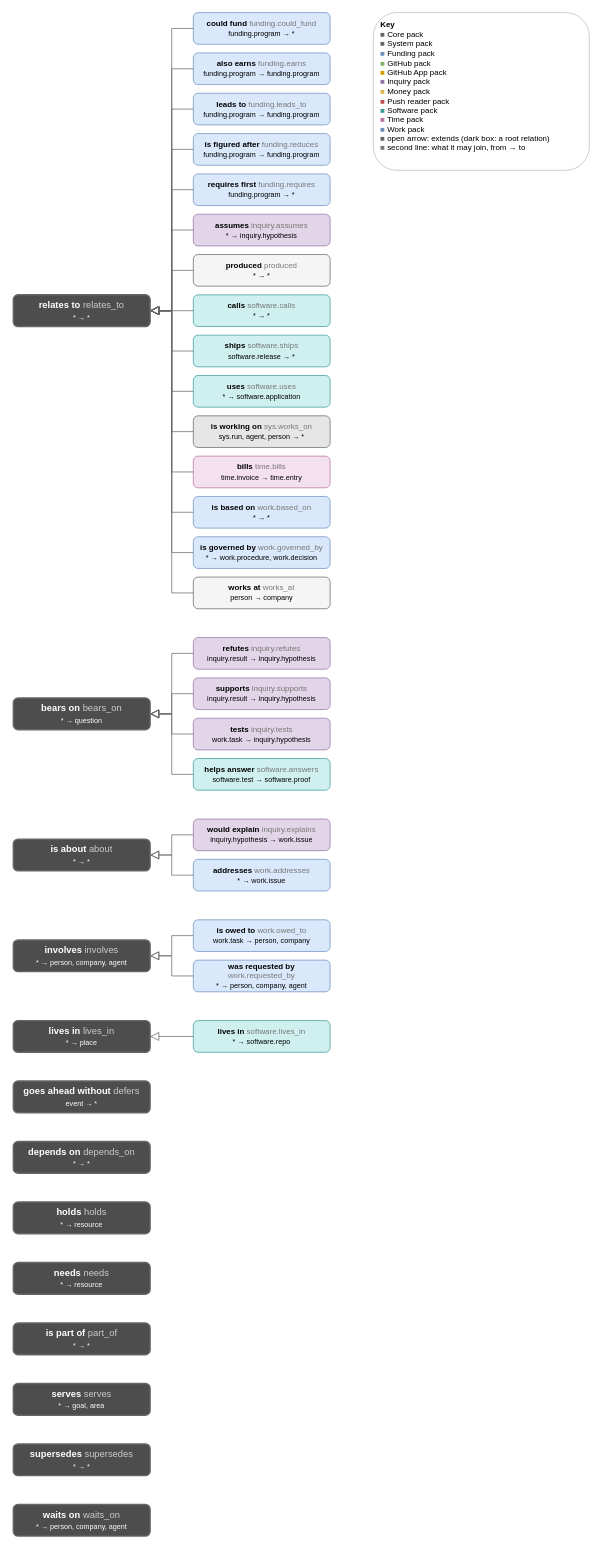
The draw.io diagram page "Types: relations" (2 of 3) of docs/diagrams/types.drawio in AlexReiner98/archipelago, before the edit. Source tidied: cells renumbered, new cells numbered last; positions are measured from the earlier drawing's top-left corner, leaving out a move shared by most shapes. Both pictures are drawn from the tidied source at 72%, with x=0, y=0 at pixel (13, 12).
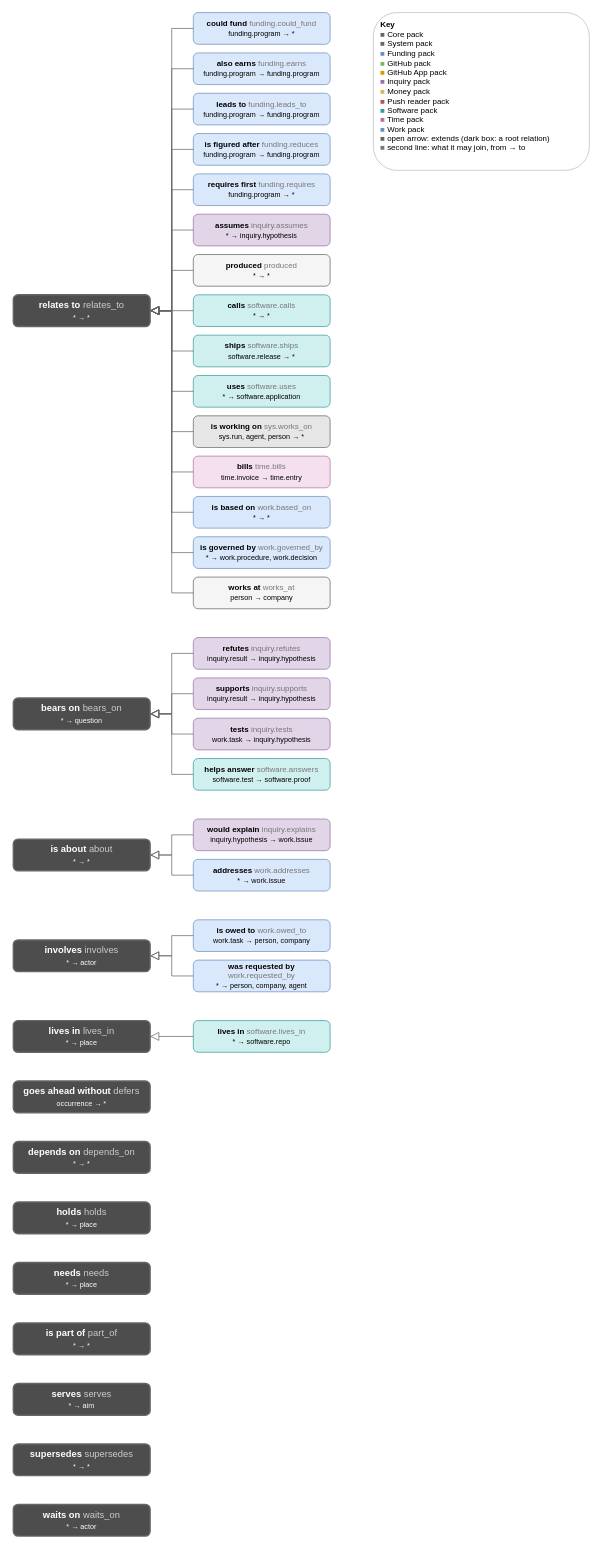
The same page after the edit.

Change to the diagram source:
```diff
@@
-    <mxCell id="28" value="&lt;b&gt;involves&lt;/b&gt; &lt;font color=&quot;#cccccc&quot;&gt;involves&lt;/font&gt;&lt;br&gt;&lt;font style=&quot;font-size:10px&quot;&gt;* → person, company, agent&lt;/font&gt;" style="rounded=1;html=1;whiteSpace=wrap;fontSize=13;fillColor=#4d4d4d;fontColor=#ffffff;strokeColor=#666666;strokeWidth=2;" parent="1" vertex="1">
+    <mxCell id="28" value="&lt;b&gt;involves&lt;/b&gt; &lt;font color=&quot;#cccccc&quot;&gt;involves&lt;/font&gt;&lt;br&gt;&lt;font style=&quot;font-size:10px&quot;&gt;* → actor&lt;/font&gt;" style="rounded=1;html=1;whiteSpace=wrap;fontSize=13;fillColor=#4d4d4d;fontColor=#ffffff;strokeColor=#666666;strokeWidth=2;" parent="1" vertex="1">
       <mxGeometry y="1288" width="190" height="44" as="geometry" />
     </mxCell>
@@
-    <mxCell id="31" value="&lt;b&gt;goes ahead without&lt;/b&gt; &lt;font color=&quot;#cccccc&quot;&gt;defers&lt;/font&gt;&lt;br&gt;&lt;font style=&quot;font-size:10px&quot;&gt;event → *&lt;/font&gt;" style="rounded=1;html=1;whiteSpace=wrap;fontSize=13;fillColor=#4d4d4d;fontColor=#ffffff;strokeColor=#666666;strokeWidth=2;" parent="1" vertex="1">
+    <mxCell id="31" value="&lt;b&gt;goes ahead without&lt;/b&gt; &lt;font color=&quot;#cccccc&quot;&gt;defers&lt;/font&gt;&lt;br&gt;&lt;font style=&quot;font-size:10px&quot;&gt;occurrence → *&lt;/font&gt;" style="rounded=1;html=1;whiteSpace=wrap;fontSize=13;fillColor=#4d4d4d;fontColor=#ffffff;strokeColor=#666666;strokeWidth=2;" parent="1" vertex="1">
       <mxGeometry y="1484" width="190" height="44" as="geometry" />
     </mxCell>
@@
-    <mxCell id="33" value="&lt;b&gt;holds&lt;/b&gt; &lt;font color=&quot;#cccccc&quot;&gt;holds&lt;/font&gt;&lt;br&gt;&lt;font style=&quot;font-size:10px&quot;&gt;* → resource&lt;/font&gt;" style="rounded=1;html=1;whiteSpace=wrap;fontSize=13;fillColor=#4d4d4d;fontColor=#ffffff;strokeColor=#666666;strokeWidth=2;" parent="1" vertex="1">
+    <mxCell id="33" value="&lt;b&gt;holds&lt;/b&gt; &lt;font color=&quot;#cccccc&quot;&gt;holds&lt;/font&gt;&lt;br&gt;&lt;font style=&quot;font-size:10px&quot;&gt;* → place&lt;/font&gt;" style="rounded=1;html=1;whiteSpace=wrap;fontSize=13;fillColor=#4d4d4d;fontColor=#ffffff;strokeColor=#666666;strokeWidth=2;" parent="1" vertex="1">
       <mxGeometry y="1652" width="190" height="44" as="geometry" />
     </mxCell>
-    <mxCell id="34" value="&lt;b&gt;needs&lt;/b&gt; &lt;font color=&quot;#cccccc&quot;&gt;needs&lt;/font&gt;&lt;br&gt;&lt;font style=&quot;font-size:10px&quot;&gt;* → resource&lt;/font&gt;" style="rounded=1;html=1;whiteSpace=wrap;fontSize=13;fillColor=#4d4d4d;fontColor=#ffffff;strokeColor=#666666;strokeWidth=2;" parent="1" vertex="1">
+    <mxCell id="34" value="&lt;b&gt;needs&lt;/b&gt; &lt;font color=&quot;#cccccc&quot;&gt;needs&lt;/font&gt;&lt;br&gt;&lt;font style=&quot;font-size:10px&quot;&gt;* → place&lt;/font&gt;" style="rounded=1;html=1;whiteSpace=wrap;fontSize=13;fillColor=#4d4d4d;fontColor=#ffffff;strokeColor=#666666;strokeWidth=2;" parent="1" vertex="1">
       <mxGeometry y="1736" width="190" height="44" as="geometry" />
     </mxCell>
@@
-    <mxCell id="36" value="&lt;b&gt;serves&lt;/b&gt; &lt;font color=&quot;#cccccc&quot;&gt;serves&lt;/font&gt;&lt;br&gt;&lt;font style=&quot;font-size:10px&quot;&gt;* → goal, area&lt;/font&gt;" style="rounded=1;html=1;whiteSpace=wrap;fontSize=13;fillColor=#4d4d4d;fontColor=#ffffff;strokeColor=#666666;strokeWidth=2;" parent="1" vertex="1">
+    <mxCell id="36" value="&lt;b&gt;serves&lt;/b&gt; &lt;font color=&quot;#cccccc&quot;&gt;serves&lt;/font&gt;&lt;br&gt;&lt;font style=&quot;font-size:10px&quot;&gt;* → aim&lt;/font&gt;" style="rounded=1;html=1;whiteSpace=wrap;fontSize=13;fillColor=#4d4d4d;fontColor=#ffffff;strokeColor=#666666;strokeWidth=2;" parent="1" vertex="1">
       <mxGeometry y="1904" width="190" height="44" as="geometry" />
     </mxCell>
@@
-    <mxCell id="38" value="&lt;b&gt;waits on&lt;/b&gt; &lt;font color=&quot;#cccccc&quot;&gt;waits_on&lt;/font&gt;&lt;br&gt;&lt;font style=&quot;font-size:10px&quot;&gt;* → person, company, agent&lt;/font&gt;" style="rounded=1;html=1;whiteSpace=wrap;fontSize=13;fillColor=#4d4d4d;fontColor=#ffffff;strokeColor=#666666;strokeWidth=2;" parent="1" vertex="1">
+    <mxCell id="38" value="&lt;b&gt;waits on&lt;/b&gt; &lt;font color=&quot;#cccccc&quot;&gt;waits_on&lt;/font&gt;&lt;br&gt;&lt;font style=&quot;font-size:10px&quot;&gt;* → actor&lt;/font&gt;" style="rounded=1;html=1;whiteSpace=wrap;fontSize=13;fillColor=#4d4d4d;fontColor=#ffffff;strokeColor=#666666;strokeWidth=2;" parent="1" vertex="1">
       <mxGeometry y="2072" width="190" height="44" as="geometry" />
     </mxCell>
```
